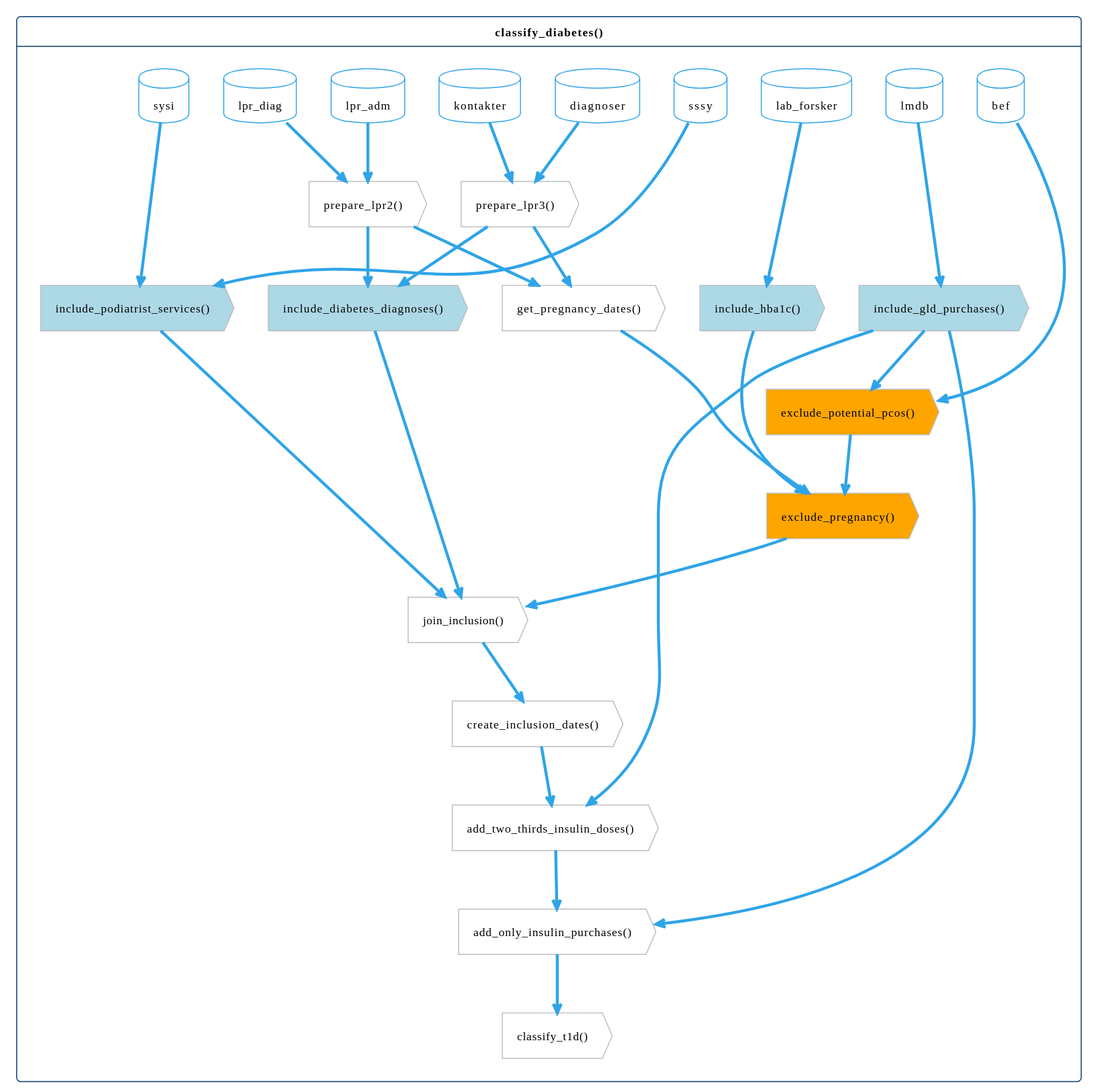
This is vignettes/function-flow.svg from steno-aarhus/osdc, a PlantUML export, as it was before one commit. The source it was exported from:
```plantuml
@startuml
!theme cerulean-outline
<style>
action, card, database, rectangle {
    FontColor black
}
.inclusion {
    BackgroundColor lightblue
}
.exclusion {
    BackgroundColor orange
}
</style>

hide <<inclusion>> stereotype
hide <<exclusion>> stereotype

card classify_diabetes() as cd {
  together {
    database sssy
    database sysi
    database lpr_diag
    database lpr_adm
    database lmdb
    database lab_forsker
    database kontakter
    database diagnoser
    database bef
  }

  together {
    action "prepare_lpr2()" as lpr2
    action "prepare_lpr3()" as lpr3
  }

  together {
    action "exclude_pregnancy()" as ex_pregnancy <<exclusion>>
    action "exclude_potential_pcos()" as ex_pcos <<exclusion>>
  }

  together {
    action "include_diabetes_diagnoses()" as in_diagnoses <<inclusion>>
    action "include_hba1c()" as in_hba1c <<inclusion>>
    action "include_podiatrist_services()" as in_podiatrist <<inclusion>>
    action "include_gld_purchases()" as in_gld <<inclusion>>
    action "get_pregnancy_dates()" as pregnancy
  }

  action "join_inclusion()" as join_inclusion

  together {
    action "create_inclusion_dates()" as inclusion_date
    action "add_two_thirds_insulin_doses()" as add_two_thirds_insulin_doses
    action "add_only_insulin_purchases()" as add_only_insulin_purchases
    action "classify_t1d()" as classify_t1d
  }

  lpr_diag --> lpr2
  lpr_adm --> lpr2
  kontakter --> lpr3
  diagnoser --> lpr3

  sssy --> in_podiatrist
  sysi --> in_podiatrist
  in_podiatrist --> join_inclusion

  lab_forsker --> in_hba1c
  in_hba1c --> ex_pregnancy
  ex_pregnancy --> join_inclusion

  lmdb --> in_gld
  in_gld --> ex_pcos
  ex_pcos --> ex_pregnancy

  lpr2 --> in_diagnoses
  lpr3 --> in_diagnoses
  in_diagnoses --> join_inclusion

  bef --> ex_pcos
  lpr2 --> pregnancy
  lpr3 --> pregnancy
  pregnancy --> ex_pregnancy
  join_inclusion --> inclusion_date

  inclusion_date --> add_two_thirds_insulin_doses
  in_gld --> add_two_thirds_insulin_doses
  add_two_thirds_insulin_doses --> add_only_insulin_purchases
  in_gld --> add_only_insulin_purchases
  add_only_insulin_purchases --> classify_t1d
}
@enduml
```
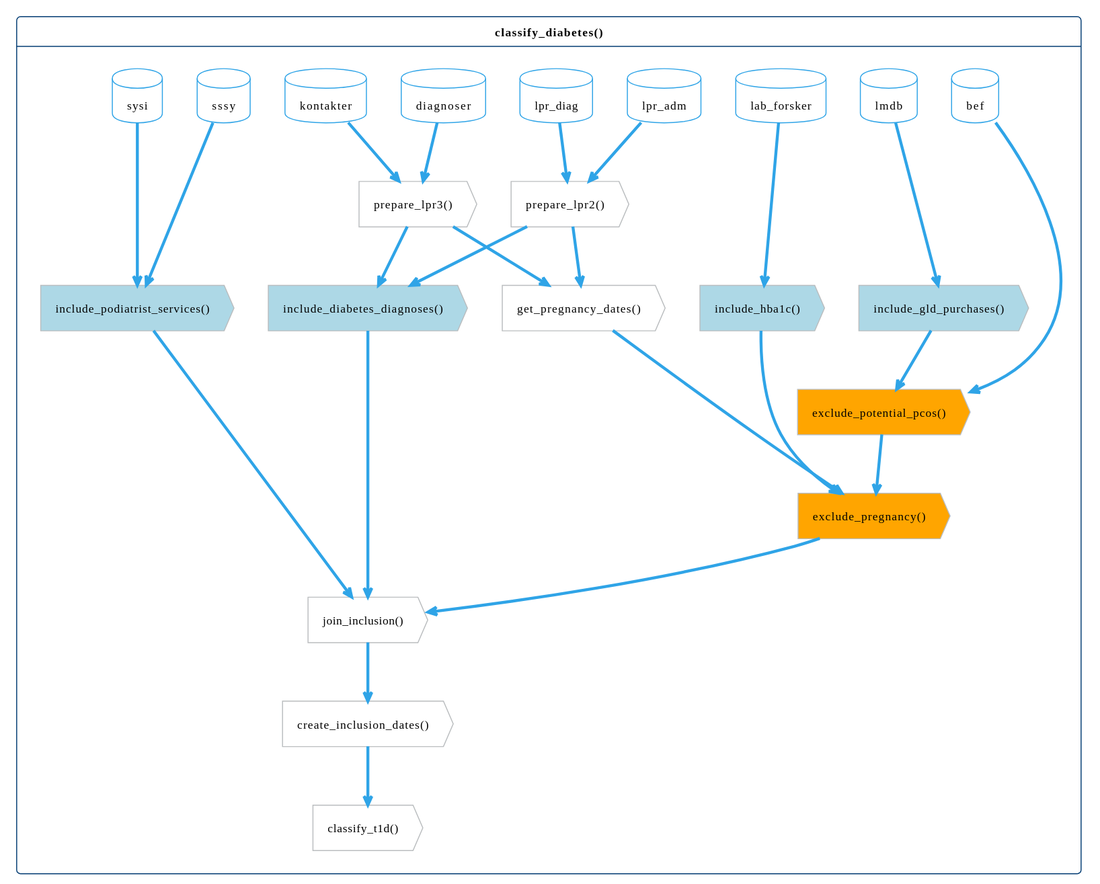
Later version of the same file.

Commit message:
docs: :memo: simplify the flow diagram with the current state

The edit, as a diff of the source:
```diff
@@ -50,8 +50,6 @@
 
   together {
     action "create_inclusion_dates()" as inclusion_date
-    action "add_two_thirds_insulin_doses()" as add_two_thirds_insulin_doses
-    action "add_only_insulin_purchases()" as add_only_insulin_purchases
     action "classify_t1d()" as classify_t1d
   }
 
@@ -66,7 +64,6 @@
 
   lab_forsker --> in_hba1c
   in_hba1c --> ex_pregnancy
-  ex_pregnancy --> join_inclusion
 
   lmdb --> in_gld
   in_gld --> ex_pcos
@@ -80,12 +77,9 @@
   lpr2 --> pregnancy
   lpr3 --> pregnancy
   pregnancy --> ex_pregnancy
+  ex_pregnancy --> join_inclusion
   join_inclusion --> inclusion_date
 
-  inclusion_date --> add_two_thirds_insulin_doses
-  in_gld --> add_two_thirds_insulin_doses
-  add_two_thirds_insulin_doses --> add_only_insulin_purchases
-  in_gld --> add_only_insulin_purchases
-  add_only_insulin_purchases --> classify_t1d
+  inclusion_date --> classify_t1d
 }
 @enduml
```
